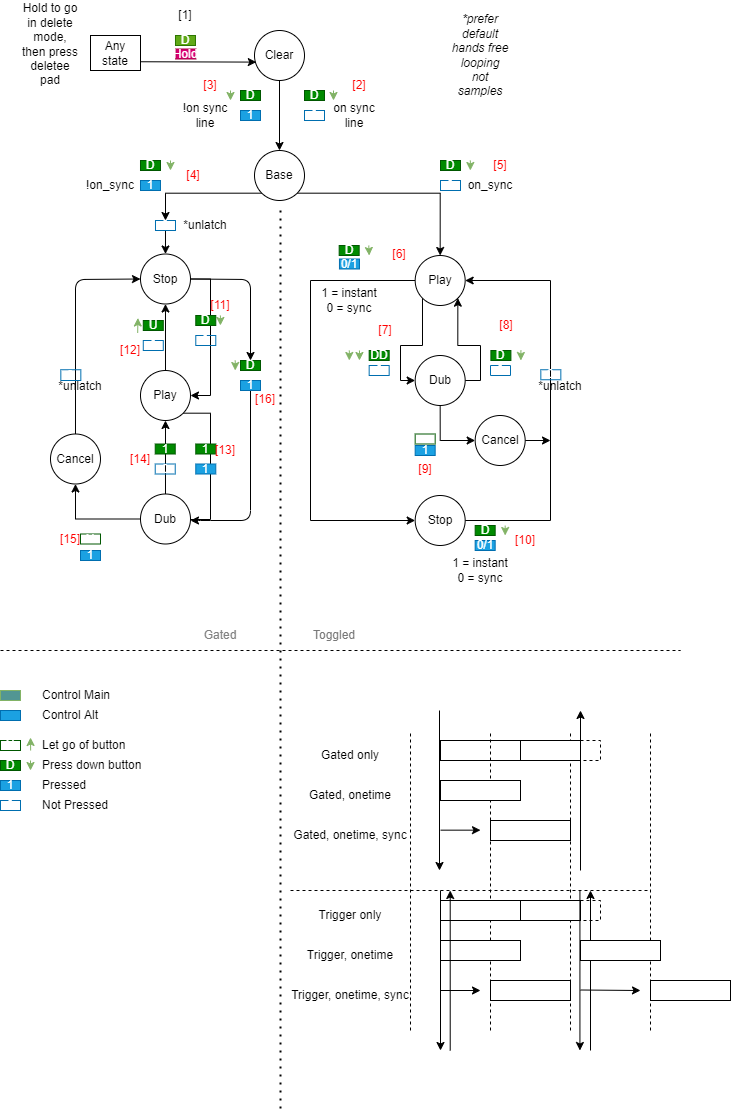
Earlier version of the draw.io export minim_states.drawio.png (purewack/minim-pd). Source tidied: cells renumbered, new cells last; positions are measured from the earlier drawing's top-left corner, leaving out a move shared by most shapes.
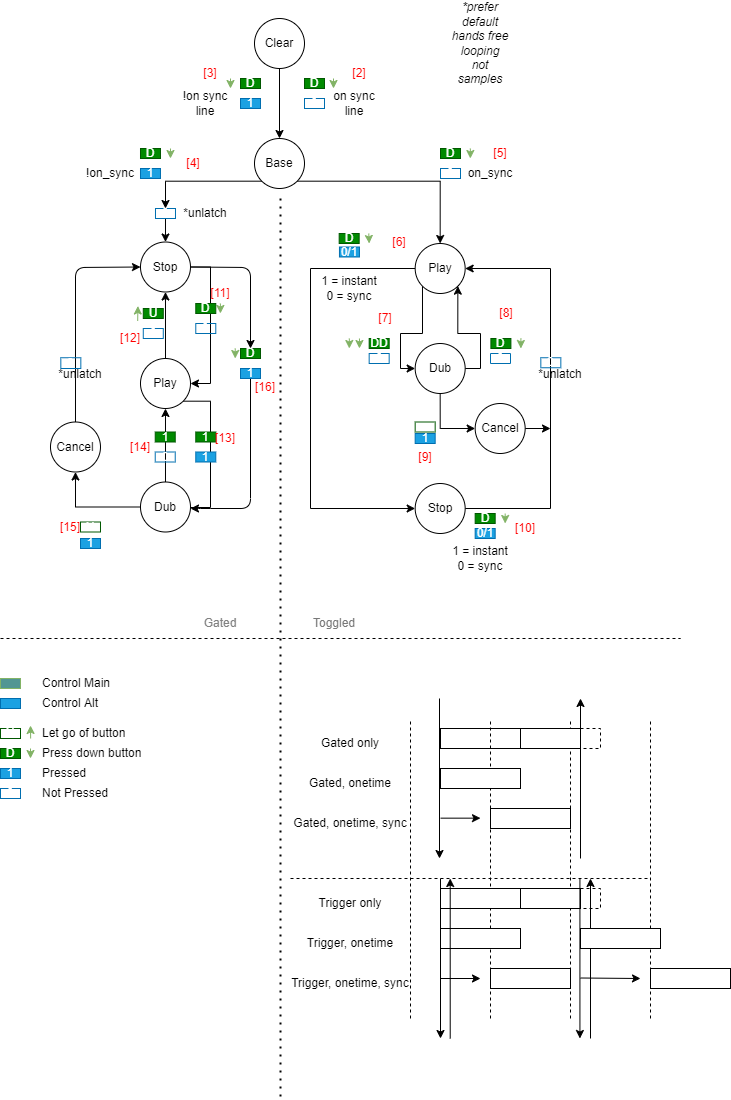
After the change.

The edit, as a diff of the source:
```diff
@@ -521,18 +521,6 @@
     <mxCell id="125" value="*prefer default hands free looping not samples" style="text;html=1;strokeColor=none;fillColor=none;align=center;verticalAlign=middle;whiteSpace=wrap;rounded=0;fontStyle=2;" parent="1" vertex="1">
       <mxGeometry x="450.4" y="40" width="60" height="30" as="geometry" />
     </mxCell>
-    <mxCell id="126" style="edgeStyle=none;html=1;exitX=1;exitY=0.75;exitDx=0;exitDy=0;entryX=0.036;entryY=0.632;entryDx=0;entryDy=0;entryPerimeter=0;endArrow=classic;endFill=1;" parent="1" edge="1" source="127" target="3">
-      <mxGeometry relative="1" as="geometry" />
-    </mxCell>
-    <mxCell id="127" value="Any state" style="rounded=0;whiteSpace=wrap;html=1;fillColor=none;" parent="1" vertex="1">
-      <mxGeometry x="90" y="35" width="50" height="35" as="geometry" />
-    </mxCell>
-    <mxCell id="128" value="Hold" style="rounded=0;whiteSpace=wrap;html=1;fillColor=#d80073;strokeColor=#A50040;fontColor=#ffffff;" parent="1" vertex="1">
-      <mxGeometry x="175.3" y="48.5" width="20" height="10" as="geometry" />
-    </mxCell>
-    <mxCell id="129" value="D" style="rounded=0;whiteSpace=wrap;html=1;fillColor=#60a917;strokeColor=#2D7600;fontColor=#ffffff;" parent="1" vertex="1">
-      <mxGeometry x="175" y="35" width="20" height="10" as="geometry" />
-    </mxCell>
     <mxCell id="130" value="*unlatch" style="text;html=1;strokeColor=none;fillColor=none;align=center;verticalAlign=middle;whiteSpace=wrap;rounded=0;" parent="1" vertex="1">
       <mxGeometry x="530" y="370.8" width="60" height="30" as="geometry" />
     </mxCell>
@@ -548,12 +536,6 @@
     <mxCell id="133" value="U" style="rounded=0;whiteSpace=wrap;html=1;fillColor=#008a00;strokeColor=#005700;fontColor=#ffffff;" parent="1" vertex="1">
       <mxGeometry x="142.8" y="320" width="20" height="10" as="geometry" />
     </mxCell>
-    <mxCell id="134" value="Hold to go in delete mode, then press deletee pad" style="text;html=1;strokeColor=none;fillColor=none;align=center;verticalAlign=middle;whiteSpace=wrap;rounded=0;" parent="1" vertex="1">
-      <mxGeometry x="20" y="28.5" width="60" height="30" as="geometry" />
-    </mxCell>
-    <mxCell id="135" value="[1]" style="text;html=1;align=center;verticalAlign=middle;whiteSpace=wrap;rounded=0;fontColor=default;" parent="1" vertex="1">
-      <mxGeometry x="155.3" width="60" height="30" as="geometry" />
-    </mxCell>
     <mxCell id="136" value="[2]" style="text;html=1;strokeColor=none;fillColor=none;align=center;verticalAlign=middle;whiteSpace=wrap;rounded=0;fontColor=#FF0000;" parent="1" vertex="1">
       <mxGeometry x="328.7" y="70" width="60" height="30" as="geometry" />
     </mxCell>
```
